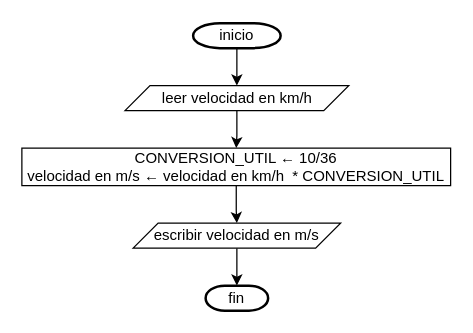
ShanderGonzalez/Diagrama-de-flujo keeps this draw.io diagram as Untitled Diagram.drawio. Above is the earlier version. Source tidied: cells renumbered, new cells numbered last; positions are measured from the earlier drawing's top-left corner, leaving out a move shared by most shapes. Both pictures are drawn from the tidied source at 125%, with x=0, y=0 at pixel (21, 22).
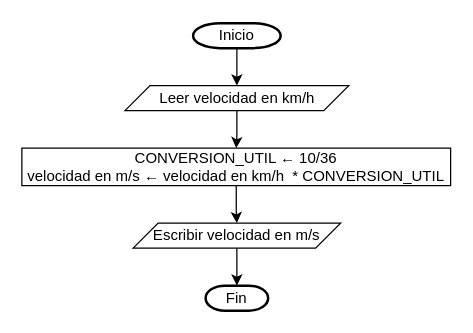
The same page after the edit.

Commit message:
Conversion nuevo

The edit, as a diff of the source:
```diff
@@
 <mxGraphModel>
   <root>
     <mxCell id="0" />
     <mxCell id="1" parent="0" />
     <mxCell id="2" style="edgeStyle=orthogonalEdgeStyle;rounded=0;jettySize=auto;html=1;" parent="1" edge="1" source="3" target="5">
       <mxGeometry relative="1" as="geometry" />
     </mxCell>
-    <mxCell id="3" value="inicio" style="strokeWidth=2;html=1;shape=mxgraph.flowchart.terminator;whiteSpace=wrap;" parent="1" vertex="1">
+    <mxCell id="3" value="Inicio" style="strokeWidth=2;html=1;shape=mxgraph.flowchart.terminator;whiteSpace=wrap;" parent="1" vertex="1">
       <mxGeometry x="137" width="70" height="20" as="geometry" />
     </mxCell>
     <mxCell id="4" style="edgeStyle=orthogonalEdgeStyle;rounded=0;jettySize=auto;html=1;" parent="1" edge="1" source="5" target="7">
       <mxGeometry relative="1" as="geometry" />
     </mxCell>
-    <mxCell id="5" value="leer velocidad en km/h" style="shape=parallelogram;perimeter=parallelogramPerimeter;whiteSpace=wrap;html=1;fixedSize=1;" parent="1" vertex="1">
+    <mxCell id="5" value="Leer velocidad en km/h" style="shape=parallelogram;perimeter=parallelogramPerimeter;whiteSpace=wrap;html=1;fixedSize=1;" parent="1" vertex="1">
       <mxGeometry x="82.5" y="50" width="179" height="20" as="geometry" />
     </mxCell>
     <mxCell id="6" style="edgeStyle=orthogonalEdgeStyle;rounded=0;jettySize=auto;html=1;" parent="1" edge="1" source="7" target="9">
       <mxGeometry relative="1" as="geometry" />
     </mxCell>
     <mxCell id="7" value="CONVERSION_UTIL ← 10/36&lt;br&gt;velocidad en m/s ← velocidad en km/h&amp;nbsp; * CONVERSION_UTIL" style="rounded=0;whiteSpace=wrap;html=1;" parent="1" vertex="1">
       <mxGeometry y="100" width="343" height="30" as="geometry" />
     </mxCell>
     <mxCell id="8" style="edgeStyle=orthogonalEdgeStyle;rounded=0;jettySize=auto;html=1;" parent="1" edge="1" source="9" target="10">
       <mxGeometry relative="1" as="geometry" />
     </mxCell>
-    <mxCell id="9" value="escribir velocidad en m/s" style="shape=parallelogram;perimeter=parallelogramPerimeter;whiteSpace=wrap;html=1;fixedSize=1;" parent="1" vertex="1">
+    <mxCell id="9" value="Escribir velocidad en m/s" style="shape=parallelogram;perimeter=parallelogramPerimeter;whiteSpace=wrap;html=1;fixedSize=1;" parent="1" vertex="1">
       <mxGeometry x="89" y="160" width="166" height="20" as="geometry" />
     </mxCell>
-    <mxCell id="10" value="fin" style="strokeWidth=2;html=1;shape=mxgraph.flowchart.terminator;whiteSpace=wrap;" parent="1" vertex="1">
+    <mxCell id="10" value="Fin" style="strokeWidth=2;html=1;shape=mxgraph.flowchart.terminator;whiteSpace=wrap;" parent="1" vertex="1">
       <mxGeometry x="147" y="210" width="50" height="20" as="geometry" />
     </mxCell>
   </root>
 </mxGraphModel>
```
